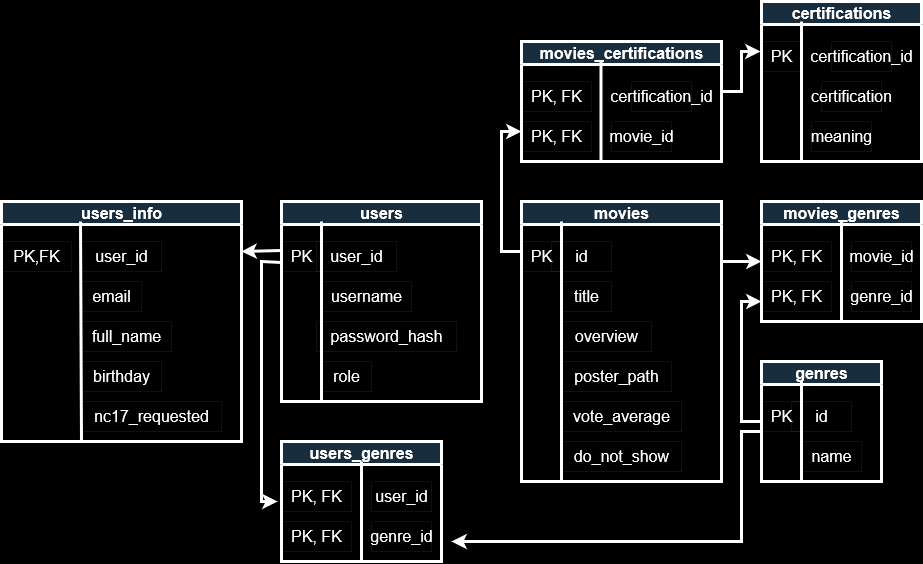
This is docs/WeWatchWhat.drawio.png from quinn-ochoa/movie-recommendations-app, a draw.io export, as it was before one commit. Source tidied: cells renumbered, new cells last; positions are measured from the earlier drawing's top-left corner, leaving out a move shared by most shapes.
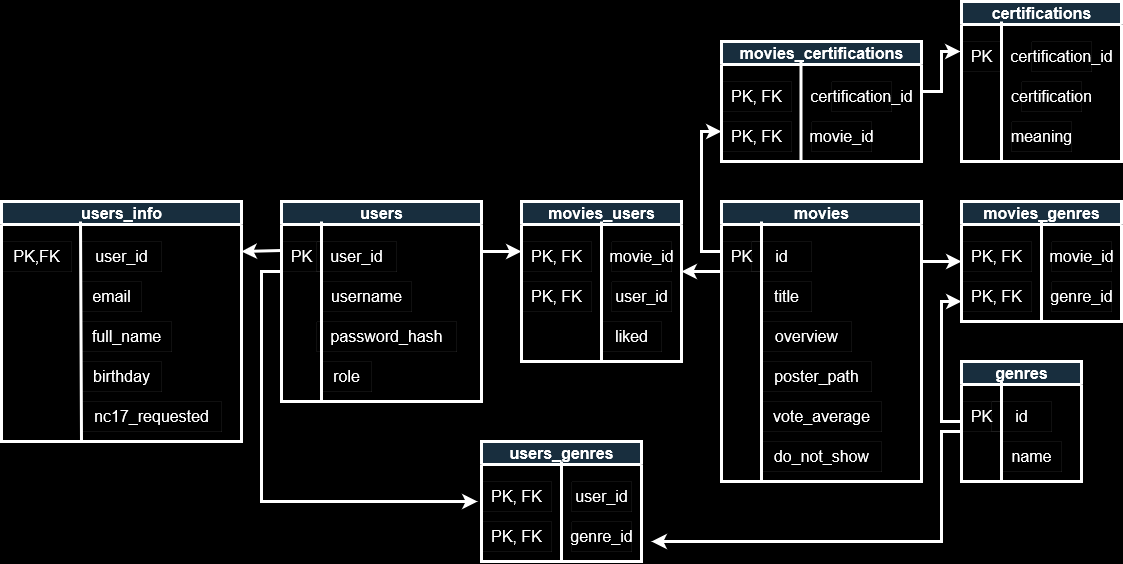
The same file after the commit.

What changed in the source:
```diff
@@ -33,7 +33,7 @@
       </mxGeometry>
     </mxCell>
     <mxCell id="11" value="users" style="swimlane;html=1;strokeColor=#FFFFFF;fontColor=#FFFFFF;fontSize=16;fillColor=#182E3E;strokeWidth=3;" parent="1" vertex="1">
-      <mxGeometry x="280" y="200" width="200" height="200" as="geometry" />
+      <mxGeometry x="80" y="200" width="200" height="200" as="geometry" />
     </mxCell>
     <mxCell id="12" value="PK" style="text;html=1;align=center;verticalAlign=middle;points=[];strokeColor=#FFFFFF;fontColor=#FFFFFF;fontSize=16;strokeWidth=0;" parent="11" vertex="1">
       <mxGeometry y="40" width="40" height="30" as="geometry" />
@@ -52,8 +52,8 @@
     </mxCell>
     <mxCell id="17" style="endArrow=none;html=1;rounded=0;strokeColor=#FFFFFF;fontColor=#FFFFFF;fontSize=16;strokeWidth=3;" parent="1" edge="1">
       <mxGeometry relative="1" as="geometry">
-        <mxPoint x="320" y="400" as="sourcePoint" />
-        <mxPoint x="320" y="220" as="targetPoint" />
+        <mxPoint x="120" y="400" as="sourcePoint" />
+        <mxPoint x="120" y="220" as="targetPoint" />
       </mxGeometry>
     </mxCell>
     <mxCell id="18" value="movies_genres" style="swimlane;html=1;strokeColor=#FFFFFF;fontColor=#FFFFFF;fontSize=16;fillColor=#182E3E;strokeWidth=3;" parent="1" vertex="1">
@@ -130,11 +130,11 @@
         <mxPoint x="360" y="460" as="targetPoint" />
       </mxGeometry>
     </mxCell>
-    <mxCell id="37" style="endArrow=classic;html=1;rounded=0;strokeColor=#FFFFFF;strokeWidth=3;entryX=-0.057;entryY=0.667;entryDx=0;entryDy=0;exitX=0;exitY=0.7;exitDx=0;exitDy=0;exitPerimeter=0;entryPerimeter=0;" parent="1" edge="1" source="12" target="32">
+    <mxCell id="37" style="endArrow=classic;html=1;rounded=0;strokeColor=#FFFFFF;strokeWidth=3;entryX=-0.057;entryY=0.667;entryDx=0;entryDy=0;entryPerimeter=0;exitX=0;exitY=1;exitDx=0;exitDy=0;exitPerimeter=0;" parent="1" edge="1" source="12" target="32">
       <mxGeometry relative="1" as="geometry">
         <Array as="points">
-          <mxPoint x="260" y="260" />
-          <mxPoint x="260" y="500" />
+          <mxPoint x="60" y="270" />
+          <mxPoint x="60" y="500" />
         </Array>
       </mxGeometry>
     </mxCell>
@@ -149,7 +149,7 @@
       </mxGeometry>
     </mxCell>
     <mxCell id="39" value="users_info" style="swimlane;html=1;strokeColor=#FFFFFF;fontColor=#FFFFFF;fontSize=16;fillColor=#182E3E;strokeWidth=3;" parent="1" vertex="1">
-      <mxGeometry y="200" width="240" height="240" as="geometry" />
+      <mxGeometry x="-200" y="200" width="240" height="240" as="geometry" />
     </mxCell>
     <mxCell id="40" value="PK,FK" style="text;html=1;align=center;verticalAlign=middle;strokeColor=#FFFFFF;fontColor=#FFFFFF;fontSize=16;strokeWidth=0;" parent="39" vertex="1">
       <mxGeometry y="40" width="70" height="30" as="geometry" />
@@ -177,7 +177,7 @@
     </mxCell>
     <mxCell id="47" style="endArrow=classic;html=1;rounded=0;strokeColor=#FFFFFF;strokeWidth=3;exitX=0;exitY=0.3;exitDx=0;exitDy=0;exitPerimeter=0;" parent="1" edge="1" source="12">
       <mxGeometry relative="1" as="geometry">
-        <mxPoint x="240" y="250" as="targetPoint" />
+        <mxPoint x="40" y="250" as="targetPoint" />
       </mxGeometry>
     </mxCell>
     <mxCell id="48" value="certifications" style="swimlane;html=1;strokeColor=#FFFFFF;fontColor=#FFFFFF;fontSize=16;fillColor=#182E3E;strokeWidth=3;" parent="1" vertex="1">
@@ -241,5 +241,38 @@
         </Array>
       </mxGeometry>
     </mxCell>
+    <mxCell id="62" value="movies_users" style="swimlane;html=1;strokeColor=#FFFFFF;fontColor=#FFFFFF;fontSize=16;fillColor=#182E3E;strokeWidth=3;" parent="1" vertex="1">
+      <mxGeometry x="320" y="200" width="160" height="160" as="geometry" />
+    </mxCell>
+    <mxCell id="63" value="&lt;div&gt;PK, FK &lt;/div&gt;" style="text;html=1;align=center;verticalAlign=middle;strokeColor=#FFFFFF;fontColor=#FFFFFF;fontSize=16;strokeWidth=0;" parent="62" vertex="1">
+      <mxGeometry y="40" width="70" height="30" as="geometry" />
+    </mxCell>
+    <mxCell id="64" value="movie_id" style="text;html=1;align=center;verticalAlign=middle;rounded=0;strokeColor=#FFFFFF;fontColor=#FFFFFF;fontSize=16;strokeWidth=0;" parent="62" vertex="1">
+      <mxGeometry x="90" y="40" width="60" height="30" as="geometry" />
+    </mxCell>
+    <mxCell id="65" value="&lt;div&gt;PK, FK &lt;/div&gt;" style="text;html=1;align=center;verticalAlign=middle;strokeColor=#FFFFFF;fontColor=#FFFFFF;fontSize=16;strokeWidth=0;" parent="62" vertex="1">
+      <mxGeometry y="80" width="70" height="30" as="geometry" />
+    </mxCell>
+    <mxCell id="66" value="user_id" style="text;html=1;align=center;verticalAlign=middle;rounded=0;strokeColor=#FFFFFF;fontColor=#FFFFFF;fontSize=16;strokeWidth=0;" parent="62" vertex="1">
+      <mxGeometry x="90" y="80" width="60" height="30" as="geometry" />
+    </mxCell>
+    <mxCell id="67" value="liked" style="text;html=1;align=center;verticalAlign=middle;rounded=0;strokeColor=#FFFFFF;fontColor=#FFFFFF;fontSize=16;strokeWidth=0;" parent="62" vertex="1">
+      <mxGeometry x="80" y="120" width="60" height="30" as="geometry" />
+    </mxCell>
+    <mxCell id="68" style="endArrow=none;html=1;rounded=0;strokeColor=#FFFFFF;fontColor=#FFFFFF;fontSize=16;strokeWidth=3;exitX=0.5;exitY=1;exitDx=0;exitDy=0;" parent="1" edge="1" source="62">
+      <mxGeometry relative="1" as="geometry">
+        <mxPoint x="400" y="220" as="targetPoint" />
+      </mxGeometry>
+    </mxCell>
+    <mxCell id="69" style="endArrow=classic;html=1;rounded=0;strokeColor=#FFFFFF;strokeWidth=3;exitX=1;exitY=0.25;exitDx=0;exitDy=0;" parent="1" edge="1" source="11">
+      <mxGeometry relative="1" as="geometry">
+        <mxPoint x="320" y="250" as="targetPoint" />
+      </mxGeometry>
+    </mxCell>
+    <mxCell id="70" style="endArrow=classic;html=1;rounded=0;strokeColor=#FFFFFF;strokeWidth=3;exitX=0;exitY=0.25;exitDx=0;exitDy=0;" parent="1" edge="1" source="2">
+      <mxGeometry relative="1" as="geometry">
+        <mxPoint x="480" y="270" as="targetPoint" />
+      </mxGeometry>
+    </mxCell>
   </root>
 </mxGraphModel>
```
